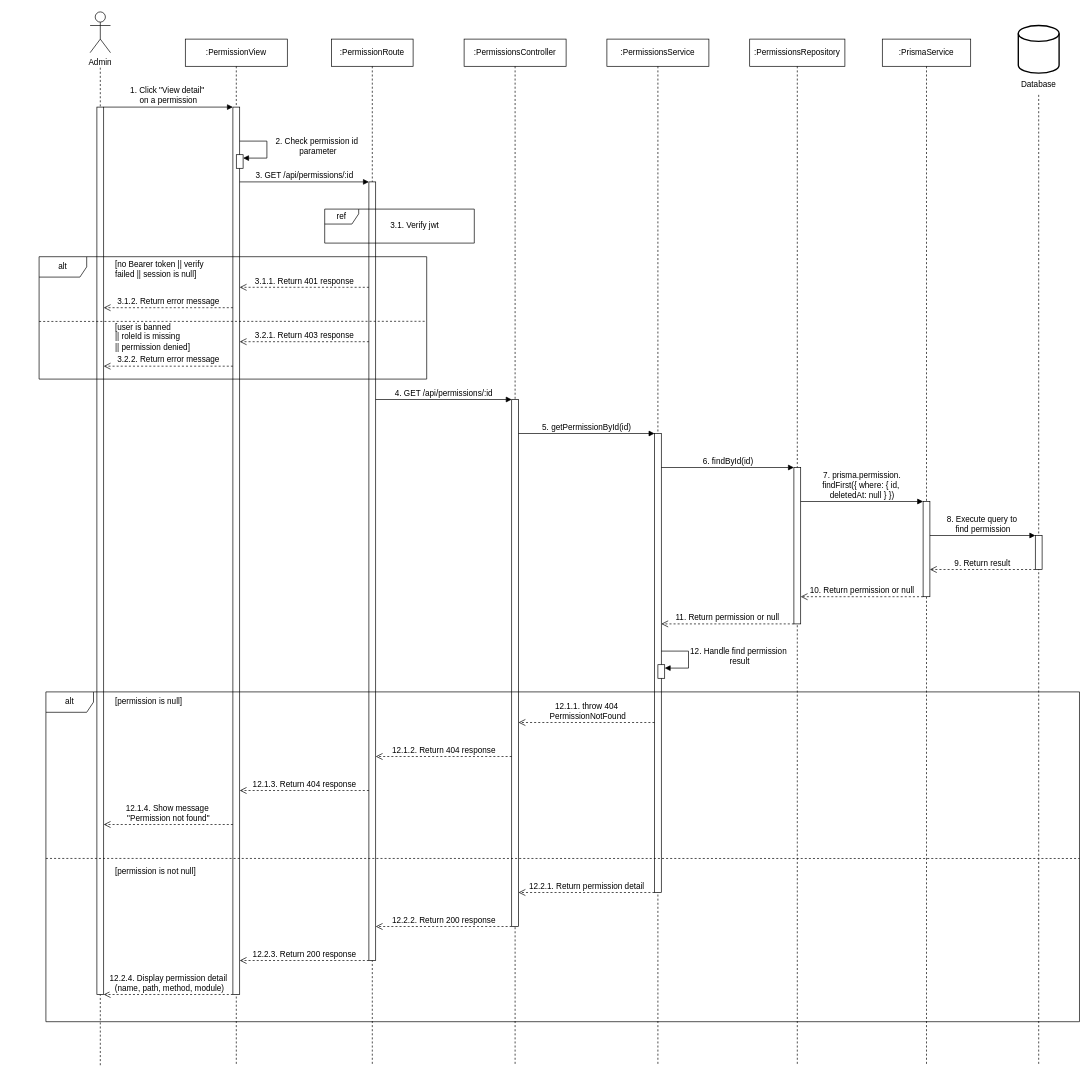
Thunggg/Frevia keeps this draw.io diagram as sequence-diagrams-remake/tthuan/UC-15.02-view-permission-detail.drawio. Above is the earlier version. Source tidied: cells renumbered, new cells numbered last; positions are measured from the earlier drawing's top-left corner, leaving out a move shared by most shapes. Both pictures are drawn from the tidied source at 68%, with x=0, y=0 at pixel (39, 12).
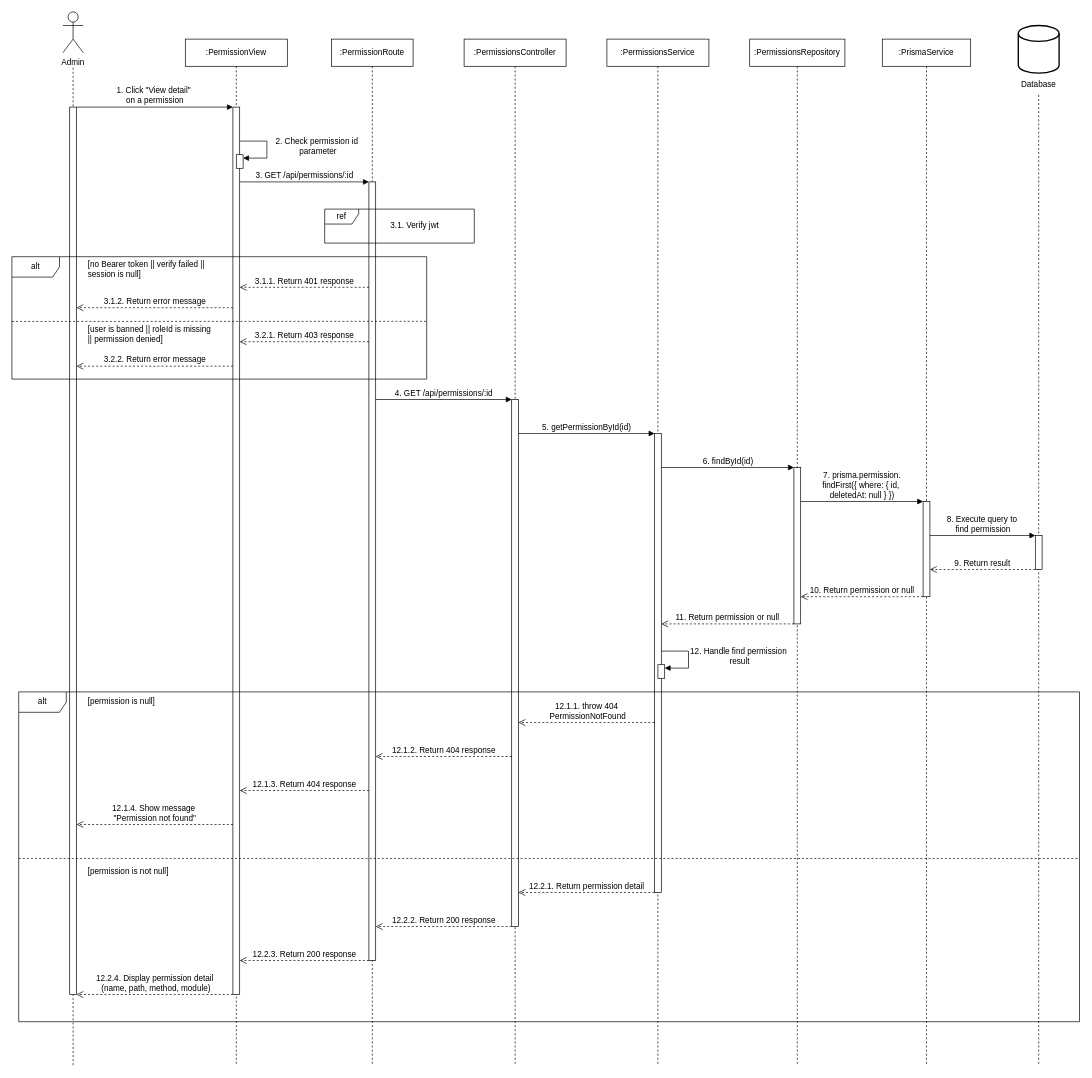
The same page after the edit.

Change to the diagram source:
```diff
@@
     <mxCell id="2" value="Admin" style="shape=umlActor;verticalLabelPosition=bottom;verticalAlign=top;html=1;whiteSpace=wrap;" parent="1" vertex="1">
-      <mxGeometry x="75" width="30" height="60" as="geometry" />
+      <mxGeometry x="35" width="30" height="60" as="geometry" />
     </mxCell>
     <mxCell id="3" style="endArrow=none;dashed=1;html=1;rounded=0;" parent="1" edge="1">
       <mxGeometry relative="1" as="geometry">
-        <mxPoint x="90" y="82" as="sourcePoint" />
-        <mxPoint x="90" y="1550" as="targetPoint" />
+        <mxPoint x="50" y="82" as="sourcePoint" />
+        <mxPoint x="50" y="1550" as="targetPoint" />
       </mxGeometry>
     </mxCell>
     <mxCell id="4" style="html=1;perimeter=orthogonalPerimeter;targetShapes=umlLifeline;newEdgeStyle={&quot;curved&quot;:0,&quot;rounded&quot;:0};" parent="1" vertex="1">
-      <mxGeometry x="85" y="140" width="10" height="1305" as="geometry" />
+      <mxGeometry x="45" y="140" width="10" height="1305" as="geometry" />
     </mxCell>
@@
     <mxCell id="21" value="1. Click &quot;View detail&quot;&amp;nbsp;&lt;div&gt;on a permission&lt;/div&gt;" style="html=1;verticalAlign=bottom;endArrow=block;curved=0;rounded=0;fontSize=12;" parent="1" edge="1">
       <mxGeometry relative="1" as="geometry">
-        <mxPoint x="95" y="140" as="sourcePoint" />
+        <mxPoint x="55" y="140" as="sourcePoint" />
         <mxPoint x="285" y="140" as="targetPoint" />
       </mxGeometry>
     </mxCell>
@@
     <mxCell id="27" value="alt" style="shape=umlFrame;whiteSpace=wrap;html=1;width=70;height=30;fontSize=12;fillColor=none;" parent="1" vertex="1">
-      <mxGeometry y="360" width="570" height="180" as="geometry" />
+      <mxGeometry x="-40" y="360" width="610" height="180" as="geometry" />
     </mxCell>
     <mxCell id="28" value="[no Bearer token || verify failed || session is null]" style="text;html=1;align=left;verticalAlign=middle;whiteSpace=wrap;rounded=0;fontSize=12;" parent="1" vertex="1">
-      <mxGeometry x="110" y="360" width="160" height="36" as="geometry" />
+      <mxGeometry x="70" y="360" width="208" height="36" as="geometry" />
     </mxCell>
@@
     <mxCell id="30" value="3.1.2. Return error message" style="html=1;verticalAlign=bottom;endArrow=open;dashed=1;endSize=8;curved=0;rounded=0;fontSize=12;" parent="1" edge="1">
       <mxGeometry relative="1" as="geometry">
         <mxPoint x="285" y="435" as="sourcePoint" />
-        <mxPoint x="95" y="435" as="targetPoint" />
+        <mxPoint x="55" y="435" as="targetPoint" />
       </mxGeometry>
     </mxCell>
@@
-    <mxCell id="32" value="[user is banned&amp;nbsp;&lt;div&gt;|| roleId is missing&amp;nbsp;&lt;/div&gt;&lt;div&gt;|| permission denied]&lt;/div&gt;" style="text;html=1;align=left;verticalAlign=middle;whiteSpace=wrap;rounded=0;fontSize=12;" parent="1" vertex="1">
-      <mxGeometry x="110" y="458" width="165" height="40" as="geometry" />
+    <mxCell id="32" value="[user is banned || roleId is missing&amp;nbsp;&lt;div&gt;|| permission denied]&lt;/div&gt;" style="text;html=1;align=left;verticalAlign=middle;whiteSpace=wrap;rounded=0;fontSize=12;" parent="1" vertex="1">
+      <mxGeometry x="70" y="458" width="208" height="32" as="geometry" />
     </mxCell>
@@
     <mxCell id="34" value="3.2.2. Return error message" style="html=1;verticalAlign=bottom;endArrow=open;dashed=1;endSize=8;curved=0;rounded=0;fontSize=12;" parent="1" edge="1">
       <mxGeometry relative="1" as="geometry">
         <mxPoint x="285" y="521" as="sourcePoint" />
-        <mxPoint x="95" y="521" as="targetPoint" />
+        <mxPoint x="55" y="521" as="targetPoint" />
       </mxGeometry>
     </mxCell>
@@
     <mxCell id="45" value="alt" style="shape=umlFrame;whiteSpace=wrap;html=1;width=70;height=30;fontSize=12;fillColor=none;" parent="1" vertex="1">
-      <mxGeometry x="10" y="1000" width="1520" height="485" as="geometry" />
+      <mxGeometry x="-30" y="1000" width="1560" height="485" as="geometry" />
     </mxCell>
     <mxCell id="46" value="[permission is null]" style="text;html=1;align=left;verticalAlign=middle;whiteSpace=wrap;rounded=0;fontSize=12;" parent="1" vertex="1">
-      <mxGeometry x="110" y="1000" width="150" height="30" as="geometry" />
+      <mxGeometry x="70" y="1000" width="150" height="30" as="geometry" />
     </mxCell>
@@
     <mxCell id="50" value="12.1.4. Show message&amp;nbsp;&lt;div&gt;&quot;Permission not found&quot;&lt;/div&gt;" style="html=1;verticalAlign=bottom;endArrow=open;dashed=1;endSize=8;curved=0;rounded=0;fontSize=12;" parent="1" edge="1">
       <mxGeometry relative="1" as="geometry">
         <mxPoint x="285" y="1195" as="sourcePoint" />
-        <mxPoint x="95" y="1195" as="targetPoint" />
+        <mxPoint x="55" y="1195" as="targetPoint" />
       </mxGeometry>
     </mxCell>
@@
     <mxCell id="52" value="[permission is not null]" style="text;html=1;align=left;verticalAlign=middle;whiteSpace=wrap;rounded=0;fontSize=12;" parent="1" vertex="1">
-      <mxGeometry x="110" y="1250" width="150" height="30" as="geometry" />
+      <mxGeometry x="70" y="1250" width="150" height="30" as="geometry" />
     </mxCell>
@@
     <mxCell id="56" value="12.2.4. Display permission detail&lt;div&gt;&amp;nbsp;(name, path, method, module)&lt;/div&gt;" style="html=1;verticalAlign=bottom;endArrow=open;dashed=1;endSize=8;curved=0;rounded=0;fontSize=12;" parent="1" edge="1">
       <mxGeometry relative="1" as="geometry">
         <mxPoint x="285" y="1445" as="sourcePoint" />
-        <mxPoint x="95" y="1445" as="targetPoint" />
+        <mxPoint x="55" y="1445" as="targetPoint" />
       </mxGeometry>
     </mxCell>
```
